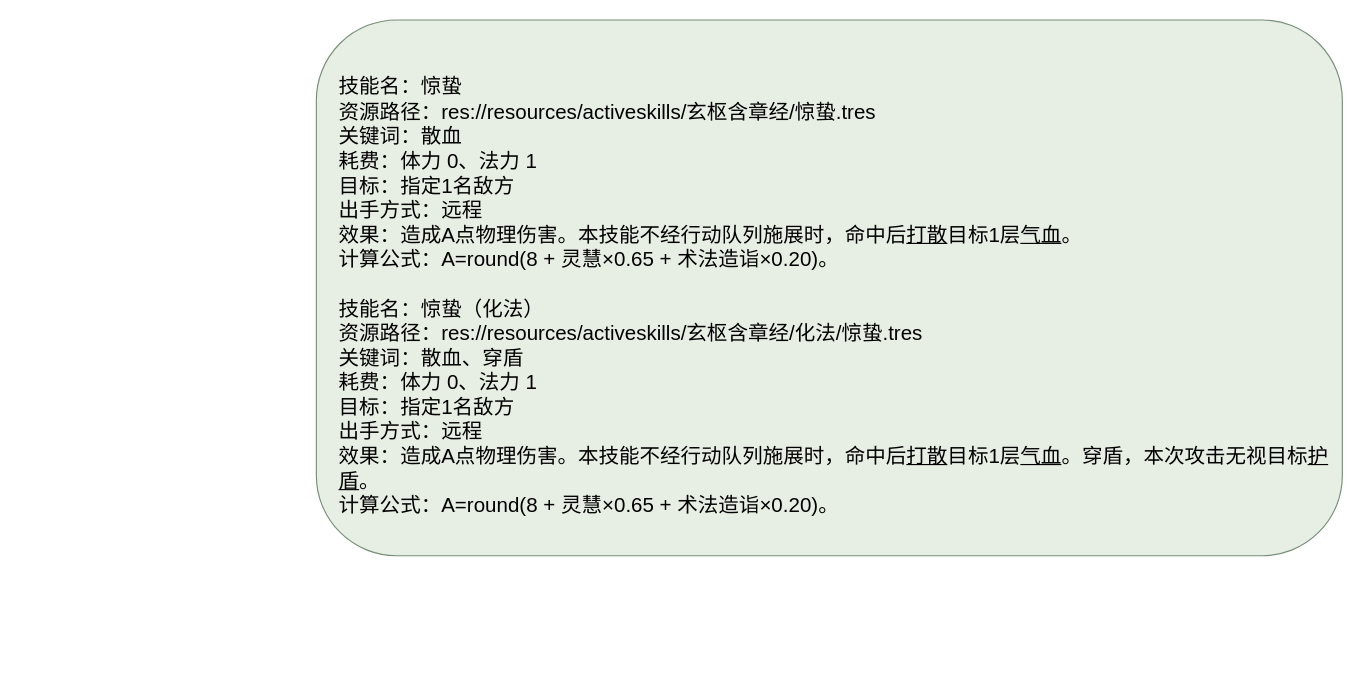
Earlier version of the draw.io diagram page "惊蛰" (1 of 2) of docs/卡牌词典/秘籍技能/玄枢含章经/惊蛰.drawio (ankundanetracyc-spec/tian-guan-you-du). Source tidied: cells renumbered, new cells numbered last; positions are measured from the earlier drawing's top-left corner, leaving out a move shared by most shapes. Both pictures are drawn from the tidied source at 114%, with x=0, y=0 at pixel (316, 19).
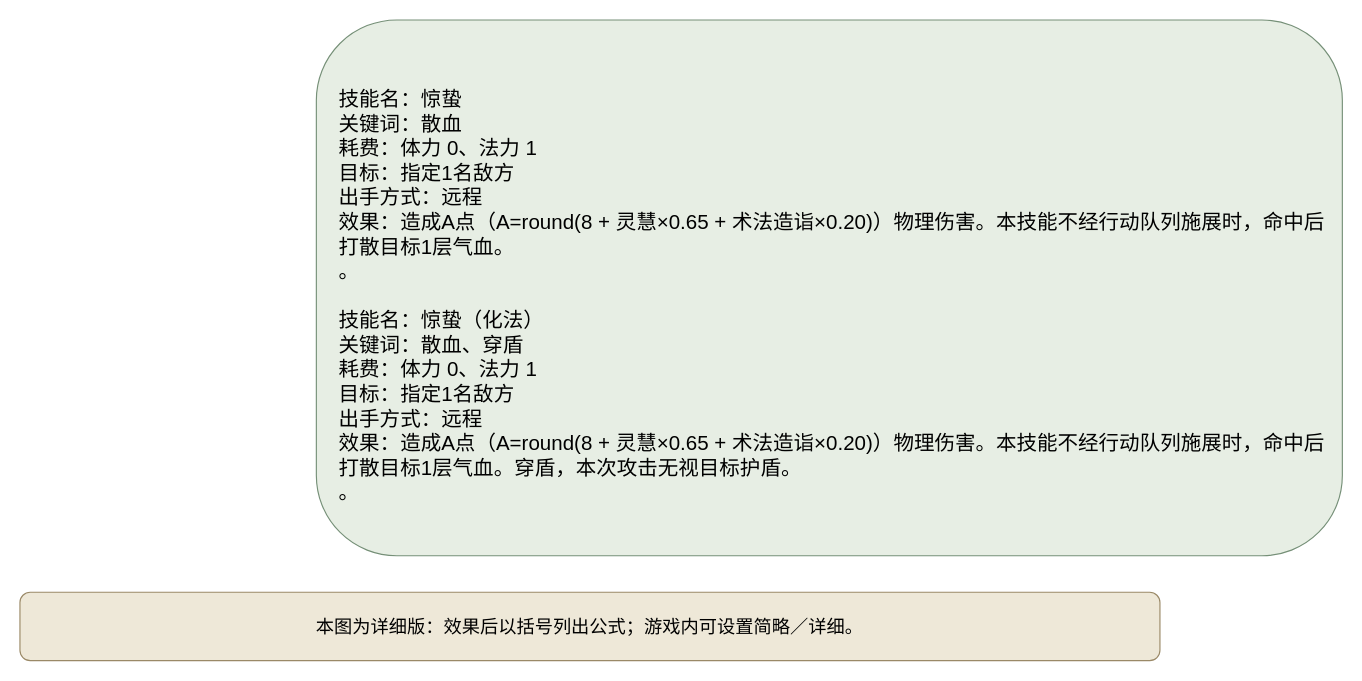
Above is the later version.

What changed in the source:
```diff
@@
 <mxGraphModel>
   <root>
     <mxCell id="0" />
     <mxCell id="1" parent="0" />
-    <mxCell id="2" value="技能名：惊蛰&lt;br&gt;资源路径：res://resources/activeskills/玄枢含章经/惊蛰.tres&lt;br&gt;关键词：散血&lt;br&gt;耗费：体力 0、法力 1&lt;br&gt;目标：指定1名敌方&lt;br&gt;出手方式：远程&lt;br&gt;效果：造成A点物理伤害。本技能不经行动队列施展时，命中后&lt;u&gt;打散&lt;/u&gt;目标1层&lt;u&gt;气血&lt;/u&gt;。&lt;br&gt;计算公式：A=round(8 + 灵慧×0.65 + 术法造诣×0.20)。&lt;br&gt;&lt;br&gt;技能名：惊蛰（化法）&lt;br&gt;资源路径：res://resources/activeskills/玄枢含章经/化法/惊蛰.tres&lt;br&gt;关键词：散血、穿盾&lt;br&gt;耗费：体力 0、法力 1&lt;br&gt;目标：指定1名敌方&lt;br&gt;出手方式：远程&lt;br&gt;效果：造成A点物理伤害。本技能不经行动队列施展时，命中后&lt;u&gt;打散&lt;/u&gt;目标1层&lt;u&gt;气血&lt;/u&gt;。穿盾，本次攻击无视目标&lt;u&gt;护盾&lt;/u&gt;。&lt;br&gt;计算公式：A=round(8 + 灵慧×0.65 + 术法造诣×0.20)。" style="rounded=1;whiteSpace=wrap;html=1;fillColor=#e7eee4;strokeColor=#769078;fontSize=18;align=left;spacingLeft=18;spacingTop=16;" parent="1" vertex="1">
+    <mxCell id="2" value="技能名：惊蛰&#10;关键词：散血&#10;耗费：体力 0、法力 1&#10;目标：指定1名敌方&#10;出手方式：远程&#10;效果：造成A点（A=round(8 + 灵慧×0.65 + 术法造诣×0.20)）物理伤害。本技能不经行动队列施展时，命中后打散目标1层气血。&#10;。&#10;&#10;技能名：惊蛰（化法）&#10;关键词：散血、穿盾&#10;耗费：体力 0、法力 1&#10;目标：指定1名敌方&#10;出手方式：远程&#10;效果：造成A点（A=round(8 + 灵慧×0.65 + 术法造诣×0.20)）物理伤害。本技能不经行动队列施展时，命中后打散目标1层气血。穿盾，本次攻击无视目标护盾。&#10;。" style="rounded=1;whiteSpace=wrap;html=1;fillColor=#e7eee4;strokeColor=#769078;fontSize=18;align=left;spacingLeft=18;spacingTop=16;" parent="1" vertex="1">
       <mxGeometry width="900" height="470" as="geometry" />
     </mxCell>
+    <mxCell id="3" value="本图为详细版：效果后以括号列出公式；游戏内可设置简略／详细。" style="rounded=1;whiteSpace=wrap;html=1;fillColor=#eee8d8;strokeColor=#9a8967;fontSize=16;" parent="1" vertex="1">
+      <mxGeometry x="-260" y="502" width="1000" height="60" as="geometry" />
+    </mxCell>
   </root>
 </mxGraphModel>
```
